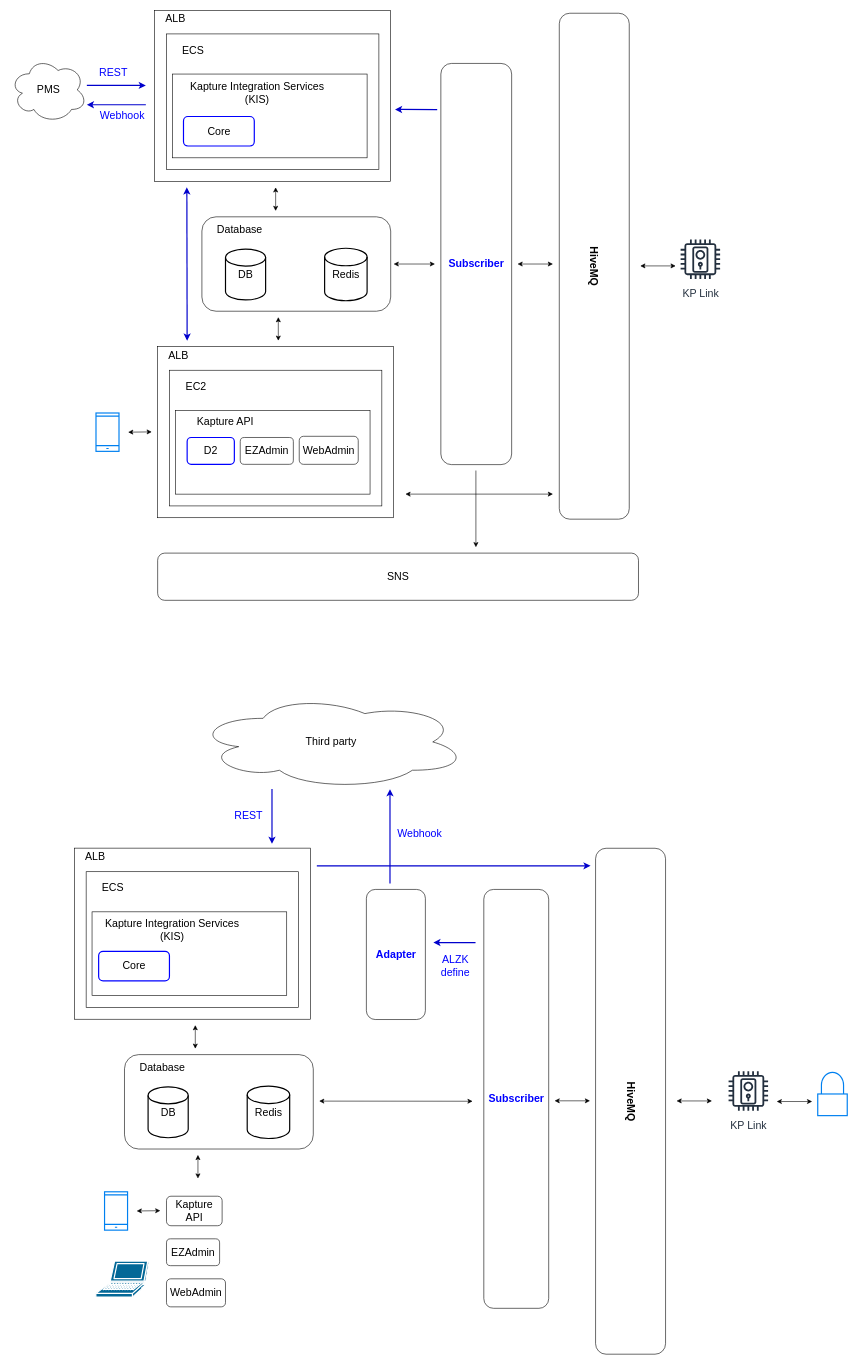
Earlier version of the draw.io diagram KaptureIntegrationService.drawio (kevin3747118/ALZK). Source tidied: cells renumbered, new cells numbered last; positions are measured from the earlier drawing's top-left corner, leaving out a move shared by most shapes. Both pictures are drawn from the tidied source at 59%, with x=0, y=0 at pixel (10, 10).
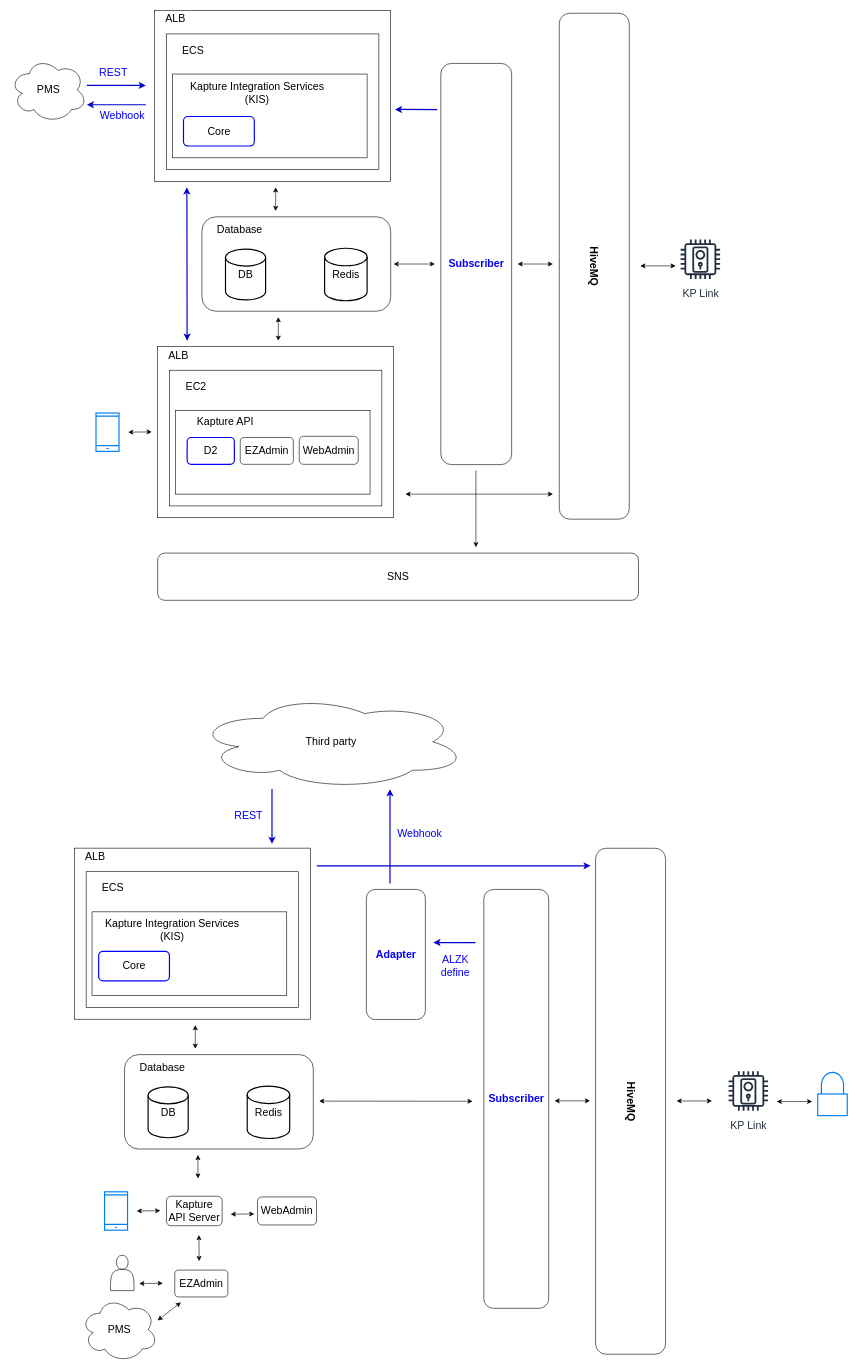
Above is the later version.

Diff of the diagram source:
```diff
@@
-    <mxCell id="50" value="Kapture API" style="rounded=1;whiteSpace=wrap;html=1;fontSize=18;strokeColor=#000000;" parent="1" vertex="1">
+    <mxCell id="50" value="Kapture API Server" style="rounded=1;whiteSpace=wrap;html=1;fontSize=18;strokeColor=#000000;" parent="1" vertex="1">
       <mxGeometry x="264.7" y="2010" width="94.3" height="50" as="geometry" />
     </mxCell>
@@
     <mxCell id="52" value="WebAdmin" style="rounded=1;whiteSpace=wrap;html=1;fontSize=18;strokeColor=#000000;" parent="1" vertex="1">
-      <mxGeometry x="264.7" y="2150" width="100" height="47.5" as="geometry" />
+      <mxGeometry x="419" y="2011.2" width="100" height="47.5" as="geometry" />
     </mxCell>
     <mxCell id="53" value="EZAdmin" style="rounded=1;whiteSpace=wrap;html=1;fontSize=18;strokeColor=default;" parent="1" vertex="1">
-      <mxGeometry x="264.7" y="2082.2" width="90" height="45.5" as="geometry" />
+      <mxGeometry x="278.7" y="2135.2" width="90" height="45.5" as="geometry" />
     </mxCell>
@@
-    <mxCell id="79" style="shape=mxgraph.cisco.computers_and_peripherals.laptop;html=1;dashed=0;fillColor=#036897;strokeColor=#ffffff;strokeWidth=2;verticalLabelPosition=bottom;verticalAlign=top;align=center;" parent="1" vertex="1">
-      <mxGeometry x="145" y="2120" width="90" height="61" as="geometry" />
-    </mxCell>
+    <mxCell id="80" style="shape=actor;whiteSpace=wrap;html=1;" parent="1" vertex="1">
+      <mxGeometry x="169.7" y="2110" width="40" height="60" as="geometry" />
+    </mxCell>
+    <mxCell id="81" value="&lt;font style=&quot;font-size: 18px;&quot;&gt;PMS&lt;/font&gt;" style="ellipse;shape=cloud;whiteSpace=wrap;html=1;strokeColor=#000000;" parent="1" vertex="1">
+      <mxGeometry x="119.7" y="2180.8" width="130" height="110" as="geometry" />
+    </mxCell>
+    <mxCell id="82" style="endArrow=classic;startArrow=classic;html=1;rounded=0;fontSize=18;" parent="1" edge="1">
+      <mxGeometry relative="1" as="geometry">
+        <mxPoint x="218.5" y="2158" as="sourcePoint" />
+        <mxPoint x="258.5" y="2157.5" as="targetPoint" />
+      </mxGeometry>
+    </mxCell>
+    <mxCell id="83" style="endArrow=classic;startArrow=classic;html=1;rounded=0;fontSize=18;" parent="1" edge="1">
+      <mxGeometry relative="1" as="geometry">
+        <mxPoint x="249.7" y="2220.5" as="sourcePoint" />
+        <mxPoint x="289" y="2190" as="targetPoint" />
+      </mxGeometry>
+    </mxCell>
+    <mxCell id="84" style="endArrow=classic;startArrow=classic;html=1;rounded=0;fontSize=18;" parent="1" edge="1">
+      <mxGeometry relative="1" as="geometry">
+        <mxPoint x="373.5" y="2040.5" as="sourcePoint" />
+        <mxPoint x="413.5" y="2040" as="targetPoint" />
+      </mxGeometry>
+    </mxCell>
+    <mxCell id="85" style="endArrow=classic;startArrow=classic;html=1;rounded=0;fontSize=18;" parent="1" edge="1">
+      <mxGeometry relative="1" as="geometry">
+        <mxPoint x="319.7" y="2075.8" as="sourcePoint" />
+        <mxPoint x="320" y="2120" as="targetPoint" />
+      </mxGeometry>
+    </mxCell>
```
